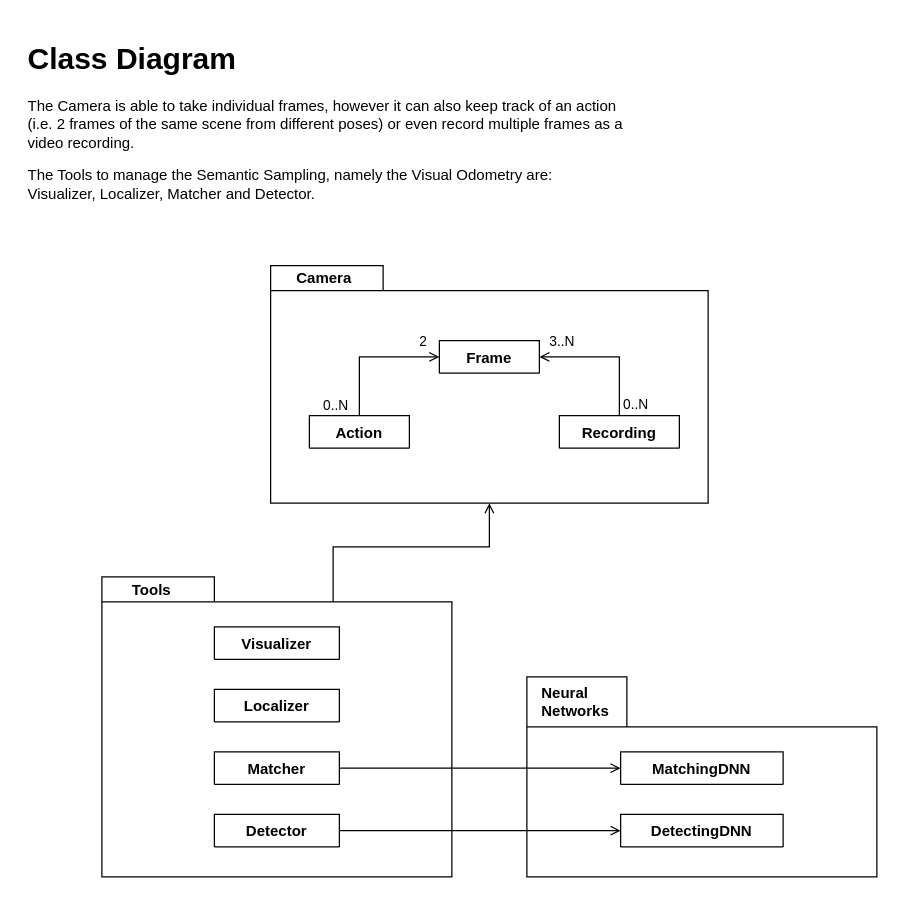
The draw.io diagram page "Classes" (2 of 2) of Documents/diagrams.drawio in mirkousuelli/RGBD-Triplet-Patched-Localization, before the edit. Source tidied: cells renumbered, new cells numbered last; positions are measured from the earlier drawing's top-left corner, leaving out a move shared by most shapes. Both pictures are drawn from the tidied source at 125%, with x=0, y=0 at pixel (21, 34).
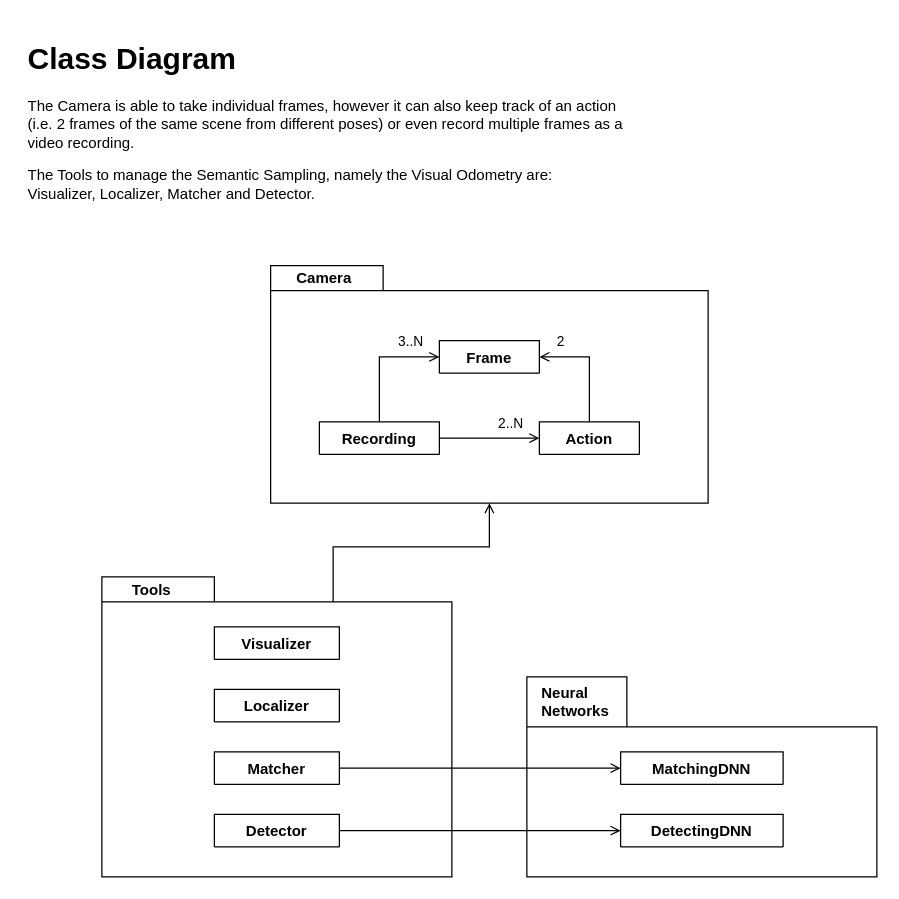
Above is the later version.

The change refers to these unchanged cells:
```xml
<mxCell id="3" value="Frame" style="swimlane;fontStyle=1;align=center;verticalAlign=top;horizontal=1;startSize=26;fillColor=none;" parent="1" vertex="1" collapsed="1">
  <mxGeometry x="334" y="245" width="80" height="26" as="geometry" />
</mxCell>
```

The edit, as a diff of the source:
```diff
@@
-    <mxCell id="4" style="edgeStyle=orthogonalEdgeStyle;rounded=0;jettySize=auto;html=1;exitX=0.5;exitY=0;exitDx=0;exitDy=0;entryX=0;entryY=0.5;entryDx=0;entryDy=0;endArrow=open;endFill=0;" parent="1" edge="1" source="7" target="3">
+    <mxCell id="4" style="edgeStyle=orthogonalEdgeStyle;rounded=0;jettySize=auto;html=1;exitX=0.5;exitY=0;exitDx=0;exitDy=0;entryX=1;entryY=0.5;entryDx=0;entryDy=0;endArrow=open;endFill=0;" parent="1" edge="1" source="7" target="3">
       <mxGeometry relative="1" as="geometry" />
     </mxCell>
     <mxCell id="5" value="2" style="edgeLabel;html=1;align=center;verticalAlign=middle;" parent="4" vertex="1">
       <mxGeometry x="0.76" y="1" relative="1" as="geometry">
-        <mxPoint x="-1" y="-12" as="offset" />
+        <mxPoint x="5" y="-14" as="offset" />
       </mxGeometry>
     </mxCell>
-    <mxCell id="6" value="0..N" style="edgeLabel;html=1;align=center;verticalAlign=middle;" parent="4" vertex="1">
-      <mxGeometry x="-0.83" y="1" relative="1" as="geometry">
-        <mxPoint x="-19" as="offset" />
-      </mxGeometry>
-    </mxCell>
     <mxCell id="7" value="Action" style="swimlane;fontStyle=1;align=center;verticalAlign=top;horizontal=1;startSize=26;fillColor=none;" parent="1" vertex="1" collapsed="1">
-      <mxGeometry x="230" y="305" width="80" height="26" as="geometry" />
+      <mxGeometry x="414" y="310" width="80" height="26" as="geometry" />
     </mxCell>
-    <mxCell id="8" style="edgeStyle=orthogonalEdgeStyle;rounded=0;jettySize=auto;html=1;exitX=0.5;exitY=0;exitDx=0;exitDy=0;entryX=1;entryY=0.5;entryDx=0;entryDy=0;endArrow=open;endFill=0;" parent="1" edge="1" source="11" target="3">
+    <mxCell id="8" style="edgeStyle=orthogonalEdgeStyle;rounded=0;jettySize=auto;html=1;exitX=1;exitY=0.5;exitDx=0;exitDy=0;entryX=0;entryY=0.5;entryDx=0;entryDy=0;endArrow=open;endFill=0;" parent="1" edge="1" source="11" target="7">
       <mxGeometry relative="1" as="geometry" />
     </mxCell>
+    <mxCell id="27" value="2..N" style="edgeLabel;html=1;align=center;verticalAlign=middle;" parent="8" vertex="1">
+      <mxGeometry x="0.79" y="-2" relative="1" as="geometry">
+        <mxPoint x="-16" y="-15" as="offset" />
+      </mxGeometry>
+    </mxCell>
+    <mxCell id="28" style="edgeStyle=orthogonalEdgeStyle;rounded=0;jettySize=auto;html=1;exitX=0.5;exitY=0;exitDx=0;exitDy=0;entryX=0;entryY=0.5;entryDx=0;entryDy=0;endArrow=open;endFill=0;" parent="1" edge="1" source="11" target="3">
+      <mxGeometry relative="1" as="geometry" />
+    </mxCell>
-    <mxCell id="9" value="3..N" style="edgeLabel;html=1;align=center;verticalAlign=middle;" parent="8" vertex="1">
-      <mxGeometry x="0.52" relative="1" as="geometry">
-        <mxPoint x="-10" y="-13" as="offset" />
+    <mxCell id="9" value="3..N" style="edgeLabel;html=1;align=center;verticalAlign=middle;" parent="28" vertex="1">
+      <mxGeometry x="0.39" y="-2" relative="1" as="geometry">
+        <mxPoint x="6" y="-15" as="offset" />
       </mxGeometry>
     </mxCell>
-    <mxCell id="10" value="0..N" style="edgeLabel;html=1;align=center;verticalAlign=middle;" parent="8" vertex="1">
-      <mxGeometry x="-0.87" relative="1" as="geometry">
-        <mxPoint x="12" y="-3" as="offset" />
-      </mxGeometry>
-    </mxCell>
     <mxCell id="11" value="Recording" style="swimlane;fontStyle=1;align=center;verticalAlign=top;horizontal=1;startSize=26;fillColor=none;" parent="1" vertex="1" collapsed="1">
-      <mxGeometry x="430" y="305" width="96" height="26" as="geometry" />
+      <mxGeometry x="238" y="310" width="96" height="26" as="geometry" />
     </mxCell>
```
